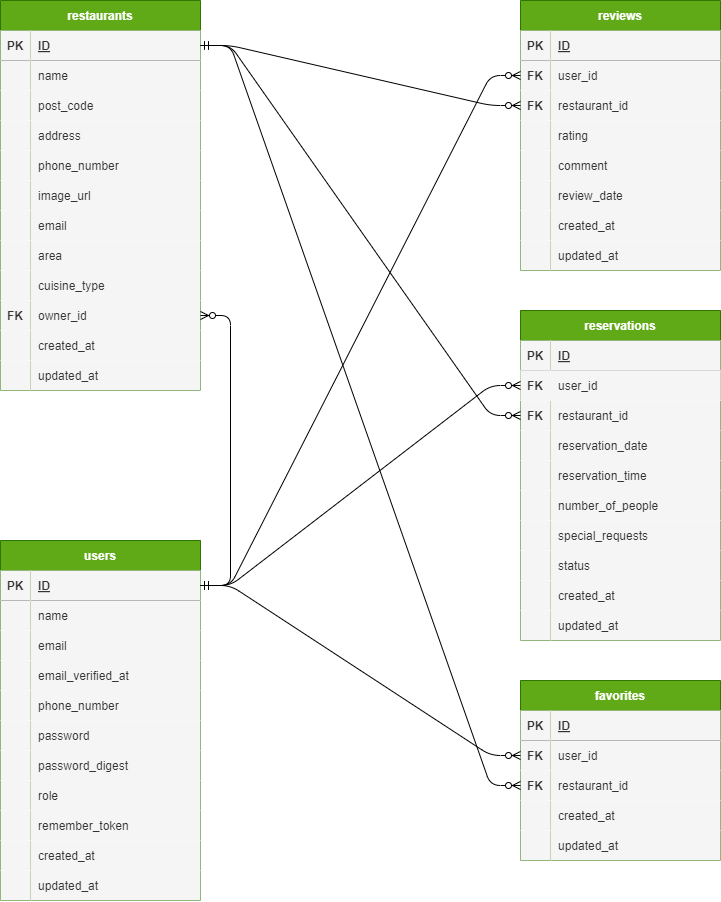
Above: docs/diagrams/rese.png in teruma-nanami/rese (draw.io), before the change. Source tidied: cells renumbered, new cells last; positions are measured from the earlier drawing's top-left corner, leaving out a move shared by most shapes.
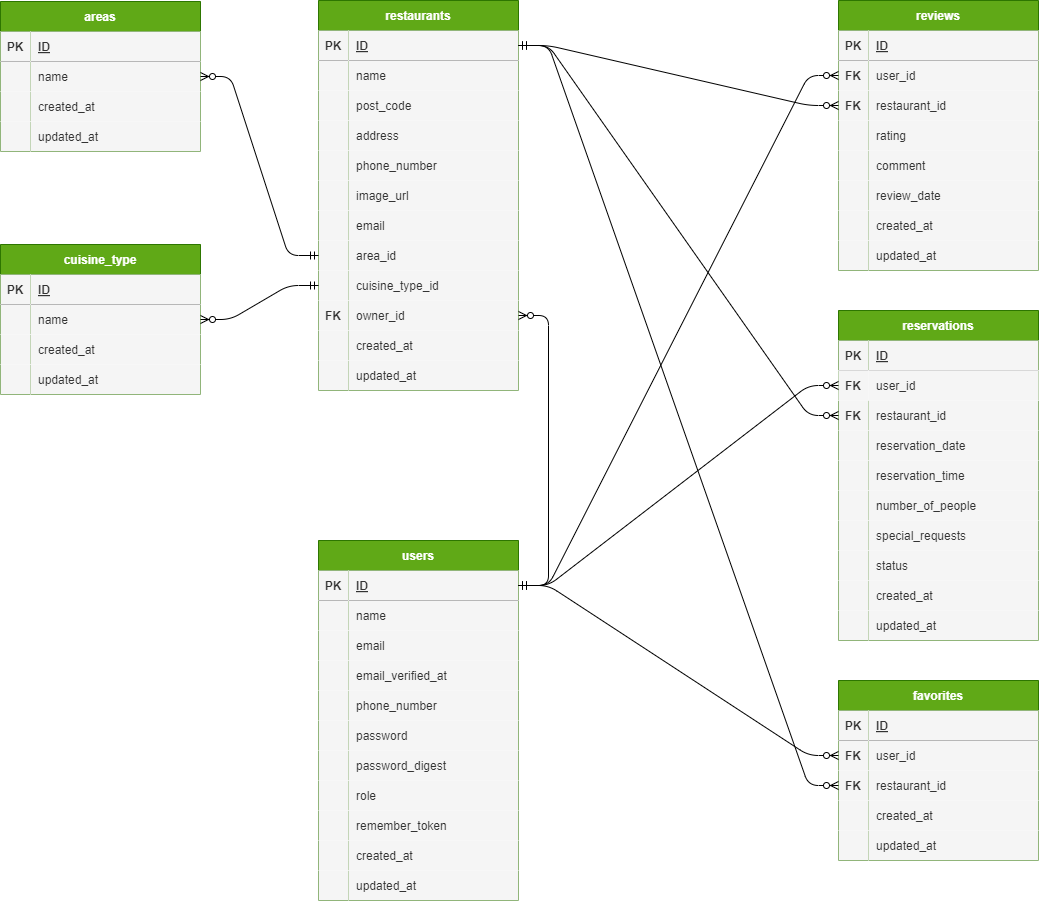
The same file after the commit.

The edit, as a diff of the source:
```diff
@@ -176,7 +176,7 @@
     <mxCell id="59" style="shape=partialRectangle;fillColor=#f5f5f5;top=0;left=0;bottom=0;right=0;overflow=hidden;fontColor=#333333;strokeColor=#666666;" parent="58" vertex="1">
       <mxGeometry width="30" height="30" as="geometry" />
     </mxCell>
-    <mxCell id="60" value="area" style="shape=partialRectangle;fillColor=#f5f5f5;top=0;left=0;bottom=0;right=0;align=left;spacingLeft=6;overflow=hidden;fontColor=#333333;strokeColor=#666666;" parent="58" vertex="1">
+    <mxCell id="60" value="area_id" style="shape=partialRectangle;fillColor=#f5f5f5;top=0;left=0;bottom=0;right=0;align=left;spacingLeft=6;overflow=hidden;fontColor=#333333;strokeColor=#666666;" parent="58" vertex="1">
       <mxGeometry x="30" width="170" height="30" as="geometry" />
     </mxCell>
     <mxCell id="61" style="shape=tableRow;horizontal=0;startSize=0;swimlaneHead=0;swimlaneBody=0;fillColor=none;points=[[0,0.5],[1,0.5]];portConstraint=eastwest;top=0;left=0;right=0;bottom=0;" parent="36" vertex="1">
@@ -185,7 +185,7 @@
     <mxCell id="62" style="shape=partialRectangle;fillColor=#f5f5f5;top=0;left=0;bottom=0;right=0;overflow=hidden;fontColor=#333333;strokeColor=#666666;" parent="61" vertex="1">
       <mxGeometry width="30" height="30" as="geometry" />
     </mxCell>
-    <mxCell id="63" value="cuisine_type" style="shape=partialRectangle;fillColor=#f5f5f5;top=0;left=0;bottom=0;right=0;align=left;spacingLeft=6;overflow=hidden;fontColor=#333333;strokeColor=#666666;" parent="61" vertex="1">
+    <mxCell id="63" value="cuisine_type_id" style="shape=partialRectangle;fillColor=#f5f5f5;top=0;left=0;bottom=0;right=0;align=left;spacingLeft=6;overflow=hidden;fontColor=#333333;strokeColor=#666666;" parent="61" vertex="1">
       <mxGeometry x="30" width="170" height="30" as="geometry" />
     </mxCell>
     <mxCell id="64" style="shape=tableRow;horizontal=0;startSize=0;swimlaneHead=0;swimlaneBody=0;fillColor=none;points=[[0,0.5],[1,0.5]];portConstraint=eastwest;top=0;left=0;right=0;bottom=0;" parent="36" vertex="1">
@@ -452,5 +452,89 @@
     <mxCell id="151" style="edgeStyle=entityRelationEdgeStyle;fontSize=12;html=1;endArrow=ERzeroToMany;startArrow=ERmandOne;exitX=1;exitY=0.5;exitDx=0;exitDy=0;entryX=0;entryY=0.5;entryDx=0;entryDy=0;" parent="1" edge="1" source="3" target="133">
       <mxGeometry relative="1" as="geometry" />
     </mxCell>
+    <mxCell id="152" value="areas" style="shape=table;startSize=30;rowLines=0;fontStyle=1;align=center;fillColor=#60a917;strokeColor=#2D7600;fontColor=#ffffff;" parent="1" vertex="1">
+      <mxGeometry x="-318" y="1" width="200" height="150" as="geometry" />
+    </mxCell>
+    <mxCell id="153" style="shape=tableRow;horizontal=0;startSize=0;swimlaneHead=0;swimlaneBody=0;fillColor=none;top=0;left=0;right=0;bottom=1;" parent="152" vertex="1">
+      <mxGeometry y="30" width="200" height="30" as="geometry" />
+    </mxCell>
+    <mxCell id="154" value="PK" style="shape=partialRectangle;fillColor=#f5f5f5;top=0;left=0;bottom=0;right=0;fontStyle=1;overflow=hidden;strokeColor=#666666;fontColor=#333333;" parent="153" vertex="1">
+      <mxGeometry width="30" height="30" as="geometry" />
+    </mxCell>
+    <mxCell id="155" value="ID" style="shape=partialRectangle;fillColor=#f5f5f5;top=0;left=0;bottom=0;right=0;align=left;spacingLeft=6;fontStyle=5;overflow=hidden;strokeColor=#666666;fontColor=#333333;" parent="153" vertex="1">
+      <mxGeometry x="30" width="170" height="30" as="geometry" />
+    </mxCell>
+    <mxCell id="156" style="shape=tableRow;horizontal=0;startSize=0;swimlaneHead=0;swimlaneBody=0;fillColor=none;points=[[0,0.5],[1,0.5]];portConstraint=eastwest;top=0;left=0;right=0;bottom=0;" parent="152" vertex="1">
+      <mxGeometry y="60" width="200" height="30" as="geometry" />
+    </mxCell>
+    <mxCell id="157" style="shape=partialRectangle;fillColor=#f5f5f5;top=0;left=0;bottom=0;right=0;overflow=hidden;fontColor=#333333;strokeColor=#666666;fontStyle=1;" parent="156" vertex="1">
+      <mxGeometry width="30" height="30" as="geometry" />
+    </mxCell>
+    <mxCell id="158" value="name" style="shape=partialRectangle;fillColor=#f5f5f5;top=0;left=0;bottom=0;right=0;align=left;spacingLeft=6;overflow=hidden;fontColor=#333333;strokeColor=#666666;" parent="156" vertex="1">
+      <mxGeometry x="30" width="170" height="30" as="geometry" />
+    </mxCell>
+    <mxCell id="159" style="shape=tableRow;horizontal=0;startSize=0;swimlaneHead=0;swimlaneBody=0;fillColor=none;top=0;left=0;right=0;bottom=0;" parent="152" vertex="1">
+      <mxGeometry y="90" width="200" height="30" as="geometry" />
+    </mxCell>
+    <mxCell id="160" style="shape=partialRectangle;fillColor=#f5f5f5;top=0;left=0;bottom=0;right=0;overflow=hidden;fontColor=#333333;strokeColor=#666666;" parent="159" vertex="1">
+      <mxGeometry width="30" height="30" as="geometry" />
+    </mxCell>
+    <mxCell id="161" value="created_at" style="shape=partialRectangle;fillColor=#f5f5f5;top=0;left=0;bottom=0;right=0;align=left;spacingLeft=6;overflow=hidden;fontColor=#333333;strokeColor=#666666;" parent="159" vertex="1">
+      <mxGeometry x="30" width="170" height="30" as="geometry" />
+    </mxCell>
+    <mxCell id="162" style="shape=tableRow;horizontal=0;startSize=0;swimlaneHead=0;swimlaneBody=0;fillColor=none;top=0;left=0;right=0;bottom=0;" parent="152" vertex="1">
+      <mxGeometry y="120" width="200" height="30" as="geometry" />
+    </mxCell>
+    <mxCell id="163" style="shape=partialRectangle;fillColor=#f5f5f5;top=0;left=0;bottom=0;right=0;overflow=hidden;fontColor=#333333;strokeColor=#666666;" parent="162" vertex="1">
+      <mxGeometry width="30" height="30" as="geometry" />
+    </mxCell>
+    <mxCell id="164" value="updated_at" style="shape=partialRectangle;fillColor=#f5f5f5;top=0;left=0;bottom=0;right=0;align=left;spacingLeft=6;overflow=hidden;fontColor=#333333;strokeColor=#666666;" parent="162" vertex="1">
+      <mxGeometry x="30" width="170" height="30" as="geometry" />
+    </mxCell>
+    <mxCell id="165" value="cuisine_type" style="shape=table;startSize=30;rowLines=0;fontStyle=1;align=center;fillColor=#60a917;strokeColor=#2D7600;fontColor=#ffffff;" parent="1" vertex="1">
+      <mxGeometry x="-318" y="244" width="200" height="150" as="geometry" />
+    </mxCell>
+    <mxCell id="166" style="shape=tableRow;horizontal=0;startSize=0;swimlaneHead=0;swimlaneBody=0;fillColor=none;top=0;left=0;right=0;bottom=1;" parent="165" vertex="1">
+      <mxGeometry y="30" width="200" height="30" as="geometry" />
+    </mxCell>
+    <mxCell id="167" value="PK" style="shape=partialRectangle;fillColor=#f5f5f5;top=0;left=0;bottom=0;right=0;fontStyle=1;overflow=hidden;strokeColor=#666666;fontColor=#333333;" parent="166" vertex="1">
+      <mxGeometry width="30" height="30" as="geometry" />
+    </mxCell>
+    <mxCell id="168" value="ID" style="shape=partialRectangle;fillColor=#f5f5f5;top=0;left=0;bottom=0;right=0;align=left;spacingLeft=6;fontStyle=5;overflow=hidden;strokeColor=#666666;fontColor=#333333;" parent="166" vertex="1">
+      <mxGeometry x="30" width="170" height="30" as="geometry" />
+    </mxCell>
+    <mxCell id="169" style="shape=tableRow;horizontal=0;startSize=0;swimlaneHead=0;swimlaneBody=0;fillColor=none;top=0;left=0;right=0;bottom=0;" parent="165" vertex="1">
+      <mxGeometry y="60" width="200" height="30" as="geometry" />
+    </mxCell>
+    <mxCell id="170" style="shape=partialRectangle;fillColor=#f5f5f5;top=0;left=0;bottom=0;right=0;overflow=hidden;fontColor=#333333;strokeColor=#666666;fontStyle=1;" parent="169" vertex="1">
+      <mxGeometry width="30" height="30" as="geometry" />
+    </mxCell>
+    <mxCell id="171" value="name" style="shape=partialRectangle;fillColor=#f5f5f5;top=0;left=0;bottom=0;right=0;align=left;spacingLeft=6;overflow=hidden;fontColor=#333333;strokeColor=#666666;" parent="169" vertex="1">
+      <mxGeometry x="30" width="170" height="30" as="geometry" />
+    </mxCell>
+    <mxCell id="172" style="shape=tableRow;horizontal=0;startSize=0;swimlaneHead=0;swimlaneBody=0;fillColor=none;top=0;left=0;right=0;bottom=0;" parent="165" vertex="1">
+      <mxGeometry y="90" width="200" height="30" as="geometry" />
+    </mxCell>
+    <mxCell id="173" style="shape=partialRectangle;fillColor=#f5f5f5;top=0;left=0;bottom=0;right=0;overflow=hidden;fontColor=#333333;strokeColor=#666666;" parent="172" vertex="1">
+      <mxGeometry width="30" height="30" as="geometry" />
+    </mxCell>
+    <mxCell id="174" value="created_at" style="shape=partialRectangle;fillColor=#f5f5f5;top=0;left=0;bottom=0;right=0;align=left;spacingLeft=6;overflow=hidden;fontColor=#333333;strokeColor=#666666;" parent="172" vertex="1">
+      <mxGeometry x="30" width="170" height="30" as="geometry" />
+    </mxCell>
+    <mxCell id="175" style="shape=tableRow;horizontal=0;startSize=0;swimlaneHead=0;swimlaneBody=0;fillColor=none;top=0;left=0;right=0;bottom=0;" parent="165" vertex="1">
+      <mxGeometry y="120" width="200" height="30" as="geometry" />
+    </mxCell>
+    <mxCell id="176" style="shape=partialRectangle;fillColor=#f5f5f5;top=0;left=0;bottom=0;right=0;overflow=hidden;fontColor=#333333;strokeColor=#666666;" parent="175" vertex="1">
+      <mxGeometry width="30" height="30" as="geometry" />
+    </mxCell>
+    <mxCell id="177" value="updated_at" style="shape=partialRectangle;fillColor=#f5f5f5;top=0;left=0;bottom=0;right=0;align=left;spacingLeft=6;overflow=hidden;fontColor=#333333;strokeColor=#666666;" parent="175" vertex="1">
+      <mxGeometry x="30" width="170" height="30" as="geometry" />
+    </mxCell>
+    <mxCell id="178" style="edgeStyle=entityRelationEdgeStyle;fontSize=12;html=1;endArrow=ERzeroToMany;startArrow=ERmandOne;entryX=1;entryY=0.5;entryDx=0;entryDy=0;exitX=0;exitY=0.5;exitDx=0;exitDy=0;" parent="1" edge="1" source="58" target="156">
+      <mxGeometry relative="1" as="geometry" />
+    </mxCell>
+    <mxCell id="179" style="edgeStyle=entityRelationEdgeStyle;fontSize=12;html=1;endArrow=ERzeroToMany;startArrow=ERmandOne;entryX=1;entryY=0.5;entryDx=0;entryDy=0;exitX=0;exitY=0.5;exitDx=0;exitDy=0;" parent="1" edge="1" source="61" target="165">
+      <mxGeometry relative="1" as="geometry" />
+    </mxCell>
   </root>
 </mxGraphModel>
```
